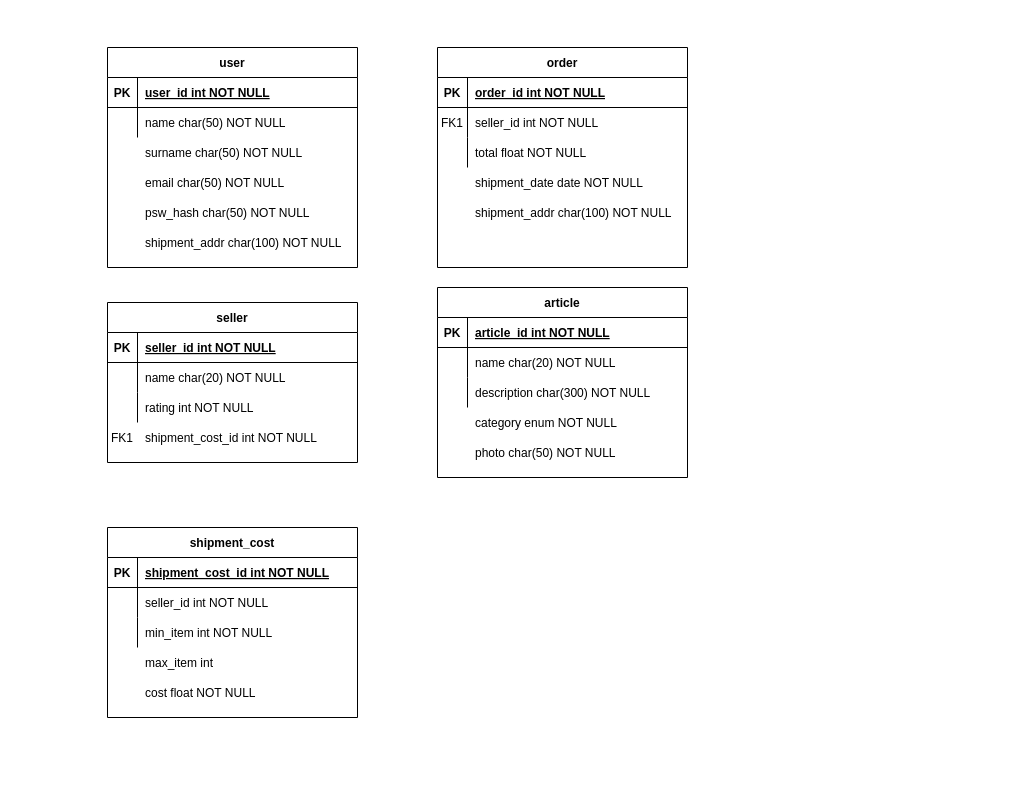
This is Untitled Diagram.drawio from fedy97/TIW_HTML-2020-2021, a draw.io file, before an edit. Source tidied: cells renumbered, new cells numbered last; positions are measured from the earlier drawing's top-left corner, leaving out a move shared by most shapes. Both pictures are drawn from the tidied source at 100%, with x=0, y=0 at pixel (107, 47).
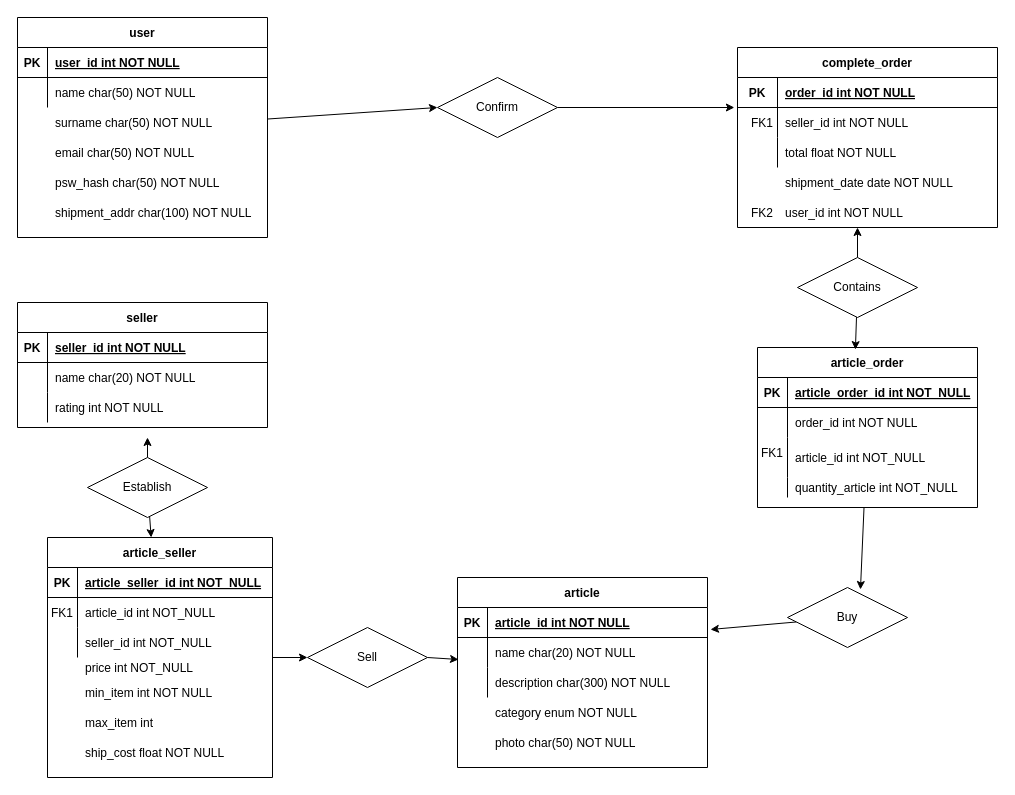
After the change.

Commit message:
added full schema, to be reviewed.

Unchanged cells that the change refers to:
```xml
<mxCell id="13" style="shape=partialRectangle;fillColor=none;points=[[0,0.5],[1,0.5]];portConstraint=eastwest;top=0;left=0;right=0;bottom=1;" parent="12" vertex="1">
  <mxGeometry y="30" width="250" height="30" as="geometry" />
</mxCell>
<mxCell id="16" style="shape=partialRectangle;fillColor=none;points=[[0,0.5],[1,0.5]];portConstraint=eastwest;top=0;left=0;right=0;bottom=0;" parent="12" vertex="1">
  <mxGeometry y="60" width="250" height="30" as="geometry" />
</mxCell>
```

Diff of the diagram source:
```diff
@@
-    <mxCell id="2" value="order" style="shape=table;startSize=30;childLayout=tableLayout;rowLines=0;fontStyle=1;align=center;" parent="1" vertex="1">
-      <mxGeometry x="330" width="250" height="220" as="geometry" />
+    <mxCell id="2" value="complete_order" style="shape=table;startSize=30;childLayout=tableLayout;rowLines=0;fontStyle=1;align=center;" parent="1" vertex="1">
+      <mxGeometry x="630" width="260" height="180" as="geometry" />
     </mxCell>
     <mxCell id="3" style="shape=partialRectangle;fillColor=none;top=0;left=0;right=0;bottom=1;" parent="2" vertex="1">
-      <mxGeometry y="30" width="250" height="30" as="geometry" />
+      <mxGeometry y="30" width="260" height="30" as="geometry" />
     </mxCell>
     <mxCell id="4" value="PK" style="shape=partialRectangle;overflow=hidden;fillColor=none;top=0;left=0;bottom=0;right=0;fontStyle=1;" parent="3" vertex="1">
-      <mxGeometry width="30" height="30" as="geometry" />
+      <mxGeometry width="40" height="30" as="geometry" />
     </mxCell>
     <mxCell id="5" value="order_id int NOT NULL " style="shape=partialRectangle;overflow=hidden;fillColor=none;top=0;left=0;bottom=0;right=0;align=left;spacingLeft=6;fontStyle=5;" parent="3" vertex="1">
-      <mxGeometry x="30" width="220" height="30" as="geometry" />
+      <mxGeometry x="40" width="220" height="30" as="geometry" />
     </mxCell>
     <mxCell id="6" style="shape=partialRectangle;fillColor=none;points=[[0,0.5],[1,0.5]];portConstraint=eastwest;top=0;left=0;right=0;bottom=0;" parent="2" vertex="1">
-      <mxGeometry y="60" width="250" height="30" as="geometry" />
+      <mxGeometry y="60" width="260" height="30" as="geometry" />
     </mxCell>
     <mxCell id="7" style="shape=partialRectangle;overflow=hidden;fillColor=none;top=0;left=0;bottom=0;right=0;" parent="6" vertex="1">
-      <mxGeometry width="30" height="30" as="geometry" />
+      <mxGeometry width="40" height="30" as="geometry" />
     </mxCell>
     <mxCell id="8" value="seller_id int NOT NULL" style="shape=partialRectangle;overflow=hidden;fillColor=none;top=0;left=0;bottom=0;right=0;align=left;spacingLeft=6;" parent="6" vertex="1">
-      <mxGeometry x="30" width="220" height="30" as="geometry" />
+      <mxGeometry x="40" width="220" height="30" as="geometry" />
     </mxCell>
     <mxCell id="9" style="shape=partialRectangle;fillColor=none;top=0;left=0;right=0;bottom=0;" parent="2" vertex="1">
-      <mxGeometry y="90" width="250" height="30" as="geometry" />
+      <mxGeometry y="90" width="260" height="30" as="geometry" />
     </mxCell>
     <mxCell id="10" style="shape=partialRectangle;overflow=hidden;fillColor=none;top=0;left=0;bottom=0;right=0;" parent="9" vertex="1">
-      <mxGeometry width="30" height="30" as="geometry" />
+      <mxGeometry width="40" height="30" as="geometry" />
     </mxCell>
     <mxCell id="11" value="total float NOT NULL" style="shape=partialRectangle;overflow=hidden;fillColor=none;top=0;left=0;bottom=0;right=0;align=left;spacingLeft=6;" parent="9" vertex="1">
-      <mxGeometry x="30" width="220" height="30" as="geometry" />
+      <mxGeometry x="40" width="220" height="30" as="geometry" />
     </mxCell>
     <mxCell id="12" value="article" style="shape=table;startSize=30;childLayout=tableLayout;rowLines=0;fontStyle=1;align=center;" parent="1" vertex="1">
-      <mxGeometry x="330" y="240" width="250" height="190" as="geometry" />
+      <mxGeometry x="350" y="530" width="250" height="190" as="geometry" />
     </mxCell>
@@
+    <mxCell id="62" style="rounded=0;jettySize=auto;html=1;entryX=0;entryY=0.5;entryDx=0;entryDy=0;" parent="1" edge="1" source="22" target="102">
+      <mxGeometry relative="1" as="geometry" />
+    </mxCell>
     <mxCell id="22" value="user" style="shape=table;startSize=30;childLayout=tableLayout;rowLines=0;fontStyle=1;align=center;" parent="1" vertex="1">
-      <mxGeometry width="250" height="220" as="geometry" />
+      <mxGeometry x="-90" y="-30" width="250" height="220" as="geometry" />
     </mxCell>
@@
     <mxCell id="29" value="category enum NOT NULL" style="shape=partialRectangle;overflow=hidden;fillColor=none;top=0;left=0;bottom=0;right=0;align=left;spacingLeft=6;" parent="1" vertex="1">
-      <mxGeometry x="360" y="360" width="220" height="30" as="geometry" />
+      <mxGeometry x="380" y="650" width="220" height="30" as="geometry" />
     </mxCell>
     <mxCell id="30" value="photo char(50) NOT NULL" style="shape=partialRectangle;overflow=hidden;fillColor=none;top=0;left=0;bottom=0;right=0;align=left;spacingLeft=6;" parent="1" vertex="1">
-      <mxGeometry x="360" y="390" width="220" height="30" as="geometry" />
+      <mxGeometry x="380" y="680" width="220" height="30" as="geometry" />
     </mxCell>
     <mxCell id="31" value="seller" style="shape=table;startSize=30;childLayout=tableLayout;rowLines=0;fontStyle=1;align=center;" parent="1" vertex="1">
-      <mxGeometry y="255" width="250" height="160" as="geometry" />
+      <mxGeometry x="-90" y="255" width="250" height="125" as="geometry" />
     </mxCell>
@@
-    <mxCell id="41" value="shipment_cost_id int NOT NULL" style="shape=partialRectangle;overflow=hidden;fillColor=none;top=0;left=0;bottom=0;right=0;align=left;spacingLeft=6;" parent="1" vertex="1">
-      <mxGeometry x="30" y="375" width="220" height="30" as="geometry" />
-    </mxCell>
-    <mxCell id="42" value="shipment_cost" style="shape=table;startSize=30;childLayout=tableLayout;rowLines=0;fontStyle=1;align=center;" parent="1" vertex="1">
-      <mxGeometry y="480" width="250" height="190" as="geometry" />
-    </mxCell>
-    <mxCell id="43" style="shape=partialRectangle;fillColor=none;top=0;left=0;right=0;bottom=1;" parent="42" vertex="1">
-      <mxGeometry y="30" width="250" height="30" as="geometry" />
-    </mxCell>
-    <mxCell id="44" value="PK" style="shape=partialRectangle;overflow=hidden;fillColor=none;top=0;left=0;bottom=0;right=0;fontStyle=1;" parent="43" vertex="1">
-      <mxGeometry width="30" height="30" as="geometry" />
-    </mxCell>
-    <mxCell id="45" value="shipment_cost_id int NOT NULL " style="shape=partialRectangle;overflow=hidden;fillColor=none;top=0;left=0;bottom=0;right=0;align=left;spacingLeft=6;fontStyle=5;" parent="43" vertex="1">
-      <mxGeometry x="30" width="220" height="30" as="geometry" />
-    </mxCell>
-    <mxCell id="46" style="shape=partialRectangle;fillColor=none;top=0;left=0;right=0;bottom=0;" parent="42" vertex="1">
-      <mxGeometry y="60" width="250" height="30" as="geometry" />
-    </mxCell>
-    <mxCell id="47" style="shape=partialRectangle;overflow=hidden;fillColor=none;top=0;left=0;bottom=0;right=0;" parent="46" vertex="1">
-      <mxGeometry width="30" height="30" as="geometry" />
-    </mxCell>
-    <mxCell id="48" value="seller_id int NOT NULL" style="shape=partialRectangle;overflow=hidden;fillColor=none;top=0;left=0;bottom=0;right=0;align=left;spacingLeft=6;" parent="46" vertex="1">
-      <mxGeometry x="30" width="220" height="30" as="geometry" />
-    </mxCell>
-    <mxCell id="49" style="shape=partialRectangle;fillColor=none;top=0;left=0;right=0;bottom=0;" parent="42" vertex="1">
-      <mxGeometry y="90" width="250" height="30" as="geometry" />
-    </mxCell>
-    <mxCell id="50" style="shape=partialRectangle;overflow=hidden;fillColor=none;top=0;left=0;bottom=0;right=0;" parent="49" vertex="1">
-      <mxGeometry width="30" height="30" as="geometry" />
-    </mxCell>
-    <mxCell id="51" value="min_item int NOT NULL" style="shape=partialRectangle;overflow=hidden;fillColor=none;top=0;left=0;bottom=0;right=0;align=left;spacingLeft=6;" parent="49" vertex="1">
-      <mxGeometry x="30" width="220" height="30" as="geometry" />
-    </mxCell>
-    <mxCell id="52" value="FK1" style="shape=partialRectangle;overflow=hidden;fillColor=none;top=0;left=0;bottom=0;right=0;" parent="1" vertex="1">
-      <mxGeometry y="375" width="30" height="30" as="geometry" />
-    </mxCell>
-    <mxCell id="53" value="max_item int" style="shape=partialRectangle;overflow=hidden;fillColor=none;top=0;left=0;bottom=0;right=0;align=left;spacingLeft=6;" parent="1" vertex="1">
-      <mxGeometry x="30" y="600" width="220" height="30" as="geometry" />
-    </mxCell>
-    <mxCell id="54" value="cost float NOT NULL" style="shape=partialRectangle;overflow=hidden;fillColor=none;top=0;left=0;bottom=0;right=0;align=left;spacingLeft=6;" parent="1" vertex="1">
-      <mxGeometry x="30" y="630" width="220" height="30" as="geometry" />
-    </mxCell>
     <mxCell id="55" value="surname char(50) NOT NULL" style="shape=partialRectangle;overflow=hidden;fillColor=none;top=0;left=0;bottom=0;right=0;align=left;spacingLeft=6;" parent="1" vertex="1">
-      <mxGeometry x="30" y="90" width="220" height="30" as="geometry" />
+      <mxGeometry x="-60" y="60" width="220" height="30" as="geometry" />
     </mxCell>
     <mxCell id="56" value="email char(50) NOT NULL" style="shape=partialRectangle;overflow=hidden;fillColor=none;top=0;left=0;bottom=0;right=0;align=left;spacingLeft=6;" parent="1" vertex="1">
-      <mxGeometry x="30" y="120" width="220" height="30" as="geometry" />
+      <mxGeometry x="-60" y="90" width="220" height="30" as="geometry" />
     </mxCell>
     <mxCell id="57" value="psw_hash char(50) NOT NULL" style="shape=partialRectangle;overflow=hidden;fillColor=none;top=0;left=0;bottom=0;right=0;align=left;spacingLeft=6;" parent="1" vertex="1">
-      <mxGeometry x="30" y="150" width="220" height="30" as="geometry" />
+      <mxGeometry x="-60" y="120" width="220" height="30" as="geometry" />
     </mxCell>
     <mxCell id="58" value="shipment_addr char(100) NOT NULL" style="shape=partialRectangle;overflow=hidden;fillColor=none;top=0;left=0;bottom=0;right=0;align=left;spacingLeft=6;" parent="1" vertex="1">
-      <mxGeometry x="30" y="180" width="220" height="30" as="geometry" />
+      <mxGeometry x="-60" y="150" width="220" height="30" as="geometry" />
     </mxCell>
     <mxCell id="59" value="shipment_date date NOT NULL" style="shape=partialRectangle;overflow=hidden;fillColor=none;top=0;left=0;bottom=0;right=0;align=left;spacingLeft=6;" parent="1" vertex="1">
-      <mxGeometry x="360" y="120" width="220" height="30" as="geometry" />
+      <mxGeometry x="670" y="120" width="220" height="30" as="geometry" />
     </mxCell>
-    <mxCell id="60" value="shipment_addr char(100) NOT NULL" style="shape=partialRectangle;overflow=hidden;fillColor=none;top=0;left=0;bottom=0;right=0;align=left;spacingLeft=6;" parent="1" vertex="1">
-      <mxGeometry x="360" y="150" width="220" height="30" as="geometry" />
-    </mxCell>
     <mxCell id="61" value="FK1" style="shape=partialRectangle;overflow=hidden;fillColor=none;top=0;left=0;bottom=0;right=0;" parent="1" vertex="1">
-      <mxGeometry x="330" y="60" width="30" height="30" as="geometry" />
+      <mxGeometry x="640" y="60" width="30" height="30" as="geometry" />
     </mxCell>
+    <mxCell id="63" style="edgeStyle=none;rounded=0;jettySize=auto;html=1;entryX=0.608;entryY=0.033;entryDx=0;entryDy=0;entryPerimeter=0;" parent="1" edge="1" source="64" target="90">
+      <mxGeometry relative="1" as="geometry" />
+    </mxCell>
+    <mxCell id="64" value="article_order" style="shape=table;startSize=30;childLayout=tableLayout;rowLines=0;fontStyle=1;align=center;" parent="1" vertex="1">
+      <mxGeometry x="650" y="300" width="220" height="160" as="geometry" />
+    </mxCell>
+    <mxCell id="65" style="shape=partialRectangle;fillColor=none;top=0;left=0;bottom=1;right=0;" parent="64" vertex="1">
+      <mxGeometry y="30" width="220" height="30" as="geometry" />
+    </mxCell>
+    <mxCell id="66" value="PK" style="shape=partialRectangle;fillColor=none;top=0;left=0;bottom=0;right=0;fontStyle=1;overflow=hidden;" parent="65" vertex="1">
+      <mxGeometry width="30" height="30" as="geometry" />
+    </mxCell>
+    <mxCell id="67" value="article_order_id int NOT_NULL" style="shape=partialRectangle;fillColor=none;top=0;left=0;bottom=0;right=0;align=left;spacingLeft=6;fontStyle=5;overflow=hidden;" parent="65" vertex="1">
+      <mxGeometry x="30" width="190" height="30" as="geometry" />
+    </mxCell>
+    <mxCell id="68" style="shape=partialRectangle;fillColor=none;top=0;left=0;bottom=0;right=0;" parent="64" vertex="1">
+      <mxGeometry y="60" width="220" height="30" as="geometry" />
+    </mxCell>
+    <mxCell id="69" style="shape=partialRectangle;fillColor=none;top=0;left=0;bottom=0;right=0;overflow=hidden;" parent="68" vertex="1">
+      <mxGeometry width="30" height="30" as="geometry" />
+    </mxCell>
+    <mxCell id="70" value="order_id int NOT NULL" style="shape=partialRectangle;fillColor=none;top=0;left=0;bottom=0;right=0;align=left;spacingLeft=6;overflow=hidden;" parent="68" vertex="1">
+      <mxGeometry x="30" width="190" height="30" as="geometry" />
+    </mxCell>
+    <mxCell id="71" style="shape=partialRectangle;fillColor=none;top=0;left=0;bottom=0;right=0;" parent="64" vertex="1">
+      <mxGeometry y="90" width="220" height="40" as="geometry" />
+    </mxCell>
+    <mxCell id="72" style="shape=partialRectangle;fillColor=none;top=0;left=0;bottom=0;right=0;overflow=hidden;" parent="71" vertex="1">
+      <mxGeometry width="30" height="40" as="geometry" />
+    </mxCell>
+    <mxCell id="73" value="article_id int NOT_NULL" style="shape=partialRectangle;fillColor=none;top=0;left=0;bottom=0;right=0;align=left;spacingLeft=6;overflow=hidden;" parent="71" vertex="1">
+      <mxGeometry x="30" width="190" height="40" as="geometry" />
+    </mxCell>
+    <mxCell id="74" style="shape=partialRectangle;fillColor=none;top=0;left=0;bottom=0;right=0;" parent="64" vertex="1">
+      <mxGeometry y="130" width="220" height="20" as="geometry" />
+    </mxCell>
+    <mxCell id="75" style="shape=partialRectangle;fillColor=none;top=0;left=0;bottom=0;right=0;overflow=hidden;" parent="74" vertex="1">
+      <mxGeometry width="30" height="20" as="geometry" />
+    </mxCell>
+    <mxCell id="76" style="shape=partialRectangle;fillColor=none;top=0;left=0;bottom=0;right=0;align=left;spacingLeft=6;overflow=hidden;" parent="74" vertex="1">
+      <mxGeometry x="30" width="190" height="20" as="geometry" />
+    </mxCell>
+    <mxCell id="77" value="FK1" style="shape=partialRectangle;overflow=hidden;fillColor=none;top=0;left=0;bottom=0;right=0;" parent="1" vertex="1">
+      <mxGeometry x="650" y="390" width="30" height="30" as="geometry" />
+    </mxCell>
+    <mxCell id="78" style="edgeStyle=none;rounded=0;jettySize=auto;html=1;entryX=0;entryY=0.5;entryDx=0;entryDy=0;" parent="1" edge="1" source="79" target="92">
+      <mxGeometry relative="1" as="geometry" />
+    </mxCell>
+    <mxCell id="79" value="article_seller" style="shape=table;startSize=30;childLayout=tableLayout;rowLines=0;fontStyle=1;align=center;" parent="1" vertex="1">
+      <mxGeometry x="-60" y="490" width="225" height="240" as="geometry" />
+    </mxCell>
+    <mxCell id="80" style="shape=partialRectangle;fillColor=none;top=0;left=0;bottom=1;right=0;" parent="79" vertex="1">
+      <mxGeometry y="30" width="225" height="30" as="geometry" />
+    </mxCell>
+    <mxCell id="81" value="PK" style="shape=partialRectangle;fillColor=none;top=0;left=0;bottom=0;right=0;fontStyle=1;overflow=hidden;" parent="80" vertex="1">
+      <mxGeometry width="30" height="30" as="geometry" />
+    </mxCell>
+    <mxCell id="82" value="article_seller_id int NOT_NULL" style="shape=partialRectangle;fillColor=none;top=0;left=0;bottom=0;right=0;align=left;spacingLeft=6;fontStyle=5;overflow=hidden;" parent="80" vertex="1">
+      <mxGeometry x="30" width="195" height="30" as="geometry" />
+    </mxCell>
+    <mxCell id="83" style="shape=partialRectangle;fillColor=none;top=0;left=0;bottom=0;right=0;" parent="79" vertex="1">
+      <mxGeometry y="60" width="225" height="30" as="geometry" />
+    </mxCell>
+    <mxCell id="84" style="shape=partialRectangle;fillColor=none;top=0;left=0;bottom=0;right=0;overflow=hidden;" parent="83" vertex="1">
+      <mxGeometry width="30" height="30" as="geometry" />
+    </mxCell>
+    <mxCell id="85" value="article_id int NOT_NULL" style="shape=partialRectangle;fillColor=none;top=0;left=0;bottom=0;right=0;align=left;spacingLeft=6;overflow=hidden;" parent="83" vertex="1">
+      <mxGeometry x="30" width="195" height="30" as="geometry" />
+    </mxCell>
+    <mxCell id="86" style="shape=partialRectangle;fillColor=none;top=0;left=0;bottom=0;right=0;" parent="79" vertex="1">
+      <mxGeometry y="90" width="225" height="30" as="geometry" />
+    </mxCell>
+    <mxCell id="87" style="shape=partialRectangle;fillColor=none;top=0;left=0;bottom=0;right=0;overflow=hidden;" parent="86" vertex="1">
+      <mxGeometry width="30" height="30" as="geometry" />
+    </mxCell>
+    <mxCell id="88" value="seller_id int NOT_NULL" style="shape=partialRectangle;fillColor=none;top=0;left=0;bottom=0;right=0;align=left;spacingLeft=6;overflow=hidden;" parent="86" vertex="1">
+      <mxGeometry x="30" width="195" height="30" as="geometry" />
+    </mxCell>
+    <mxCell id="89" style="edgeStyle=none;rounded=0;jettySize=auto;html=1;entryX=1.012;entryY=0.733;entryDx=0;entryDy=0;entryPerimeter=0;" parent="1" edge="1" source="90" target="13">
+      <mxGeometry relative="1" as="geometry" />
+    </mxCell>
+    <mxCell id="90" value="Buy" style="shape=rhombus;perimeter=rhombusPerimeter;whiteSpace=wrap;html=1;align=center;" parent="1" vertex="1">
+      <mxGeometry x="680" y="540" width="120" height="60" as="geometry" />
+    </mxCell>
+    <mxCell id="91" style="edgeStyle=none;rounded=0;jettySize=auto;html=1;exitX=1;exitY=0.5;exitDx=0;exitDy=0;entryX=0.004;entryY=0.733;entryDx=0;entryDy=0;entryPerimeter=0;" parent="1" edge="1" source="92" target="16">
+      <mxGeometry relative="1" as="geometry" />
+    </mxCell>
+    <mxCell id="92" value="Sell" style="shape=rhombus;perimeter=rhombusPerimeter;whiteSpace=wrap;html=1;align=center;" parent="1" vertex="1">
+      <mxGeometry x="200" y="580" width="120" height="60" as="geometry" />
+    </mxCell>
+    <mxCell id="93" style="edgeStyle=none;rounded=0;jettySize=auto;html=1;" parent="1" edge="1" source="95" target="79">
+      <mxGeometry relative="1" as="geometry" />
+    </mxCell>
+    <mxCell id="94" style="edgeStyle=none;rounded=0;jettySize=auto;html=1;exitX=0.5;exitY=0;exitDx=0;exitDy=0;" parent="1" edge="1" source="95">
+      <mxGeometry relative="1" as="geometry">
+        <mxPoint x="40" y="390" as="targetPoint" />
+      </mxGeometry>
+    </mxCell>
+    <mxCell id="95" value="Establish" style="shape=rhombus;perimeter=rhombusPerimeter;whiteSpace=wrap;html=1;align=center;" parent="1" vertex="1">
+      <mxGeometry x="-20" y="410" width="120" height="60" as="geometry" />
+    </mxCell>
+    <mxCell id="96" style="edgeStyle=none;rounded=0;jettySize=auto;html=1;" parent="1" edge="1" source="98">
+      <mxGeometry relative="1" as="geometry">
+        <mxPoint x="750" y="180" as="targetPoint" />
+      </mxGeometry>
+    </mxCell>
+    <mxCell id="97" style="edgeStyle=none;rounded=0;jettySize=auto;html=1;entryX=0.445;entryY=0.013;entryDx=0;entryDy=0;entryPerimeter=0;" parent="1" edge="1" source="98" target="64">
+      <mxGeometry relative="1" as="geometry" />
+    </mxCell>
+    <mxCell id="98" value="Contains" style="shape=rhombus;perimeter=rhombusPerimeter;whiteSpace=wrap;html=1;align=center;" parent="1" vertex="1">
+      <mxGeometry x="690" y="210" width="120" height="60" as="geometry" />
+    </mxCell>
+    <mxCell id="99" value="user_id int NOT NULL " style="shape=partialRectangle;overflow=hidden;fillColor=none;top=0;left=0;bottom=0;right=0;align=left;spacingLeft=6;fontStyle=0;" parent="1" vertex="1">
+      <mxGeometry x="670" y="150" width="220" height="30" as="geometry" />
+    </mxCell>
+    <mxCell id="100" value="FK2" style="shape=partialRectangle;overflow=hidden;fillColor=none;top=0;left=0;bottom=0;right=0;" parent="1" vertex="1">
+      <mxGeometry x="640" y="150" width="30" height="30" as="geometry" />
+    </mxCell>
+    <mxCell id="101" style="edgeStyle=none;rounded=0;jettySize=auto;html=1;entryX=-0.012;entryY=0;entryDx=0;entryDy=0;entryPerimeter=0;" parent="1" edge="1" source="102" target="6">
+      <mxGeometry relative="1" as="geometry" />
+    </mxCell>
+    <mxCell id="102" value="Confirm" style="shape=rhombus;perimeter=rhombusPerimeter;whiteSpace=wrap;html=1;align=center;strokeColor=#000000;" parent="1" vertex="1">
+      <mxGeometry x="330" y="30" width="120" height="60" as="geometry" />
+    </mxCell>
+    <mxCell id="103" value="price int NOT_NULL" style="shape=partialRectangle;fillColor=none;top=0;left=0;bottom=0;right=0;align=left;spacingLeft=6;overflow=hidden;" parent="1" vertex="1">
+      <mxGeometry x="-30" y="610" width="195" height="20" as="geometry" />
+    </mxCell>
+    <mxCell id="104" value="quantity_article int NOT_NULL" style="shape=partialRectangle;fillColor=none;top=0;left=0;bottom=0;right=0;align=left;spacingLeft=6;overflow=hidden;" parent="1" vertex="1">
+      <mxGeometry x="680" y="420" width="190" height="40" as="geometry" />
+    </mxCell>
+    <mxCell id="51" value="min_item int NOT NULL" style="shape=partialRectangle;overflow=hidden;fillColor=none;top=0;left=0;bottom=0;right=0;align=left;spacingLeft=6;" parent="1" vertex="1">
+      <mxGeometry x="-30" y="630" width="220" height="30" as="geometry" />
+    </mxCell>
+    <mxCell id="53" value="max_item int" style="shape=partialRectangle;overflow=hidden;fillColor=none;top=0;left=0;bottom=0;right=0;align=left;spacingLeft=6;" parent="1" vertex="1">
+      <mxGeometry x="-30" y="660" width="220" height="30" as="geometry" />
+    </mxCell>
+    <mxCell id="105" value="ship_cost float NOT NULL" style="shape=partialRectangle;overflow=hidden;fillColor=none;top=0;left=0;bottom=0;right=0;align=left;spacingLeft=6;" parent="1" vertex="1">
+      <mxGeometry x="-30" y="690" width="220" height="30" as="geometry" />
+    </mxCell>
+    <mxCell id="106" value="FK1" style="shape=partialRectangle;overflow=hidden;fillColor=none;top=0;left=0;bottom=0;right=0;" parent="1" vertex="1">
+      <mxGeometry x="-60" y="550" width="30" height="30" as="geometry" />
+    </mxCell>
```
